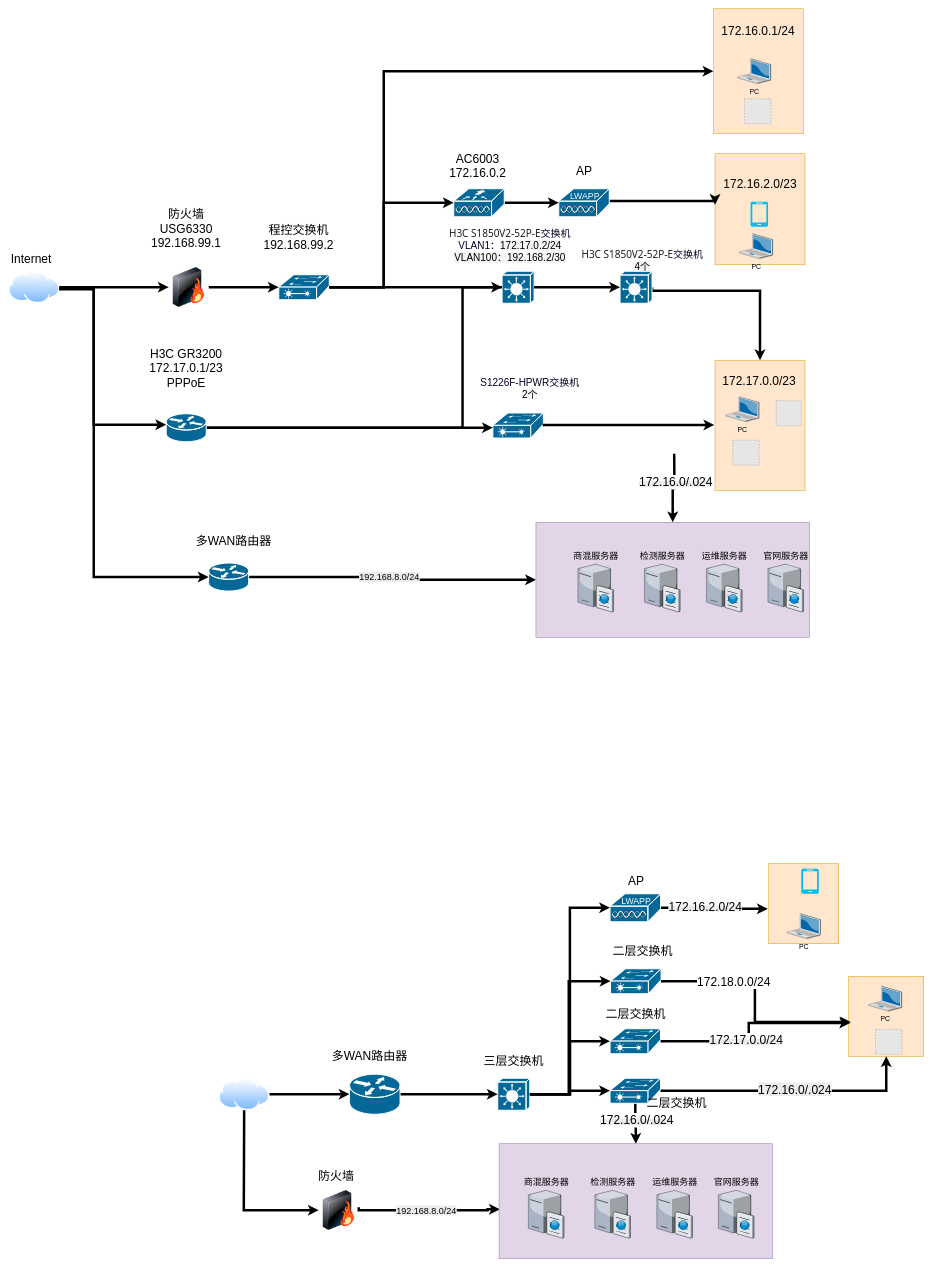
NewStart2019/cardiac-segmentation keeps this draw.io diagram as 未命名绘图.drawio. Above is the earlier version. Source tidied: cells renumbered, new cells numbered last; positions are measured from the earlier drawing's top-left corner, leaving out a move shared by most shapes. Both pictures are drawn from the tidied source at 50%, with x=0, y=0 at pixel (8, 8). Pictures stored in the file or linked from it are replaced by grey dashed boxes.
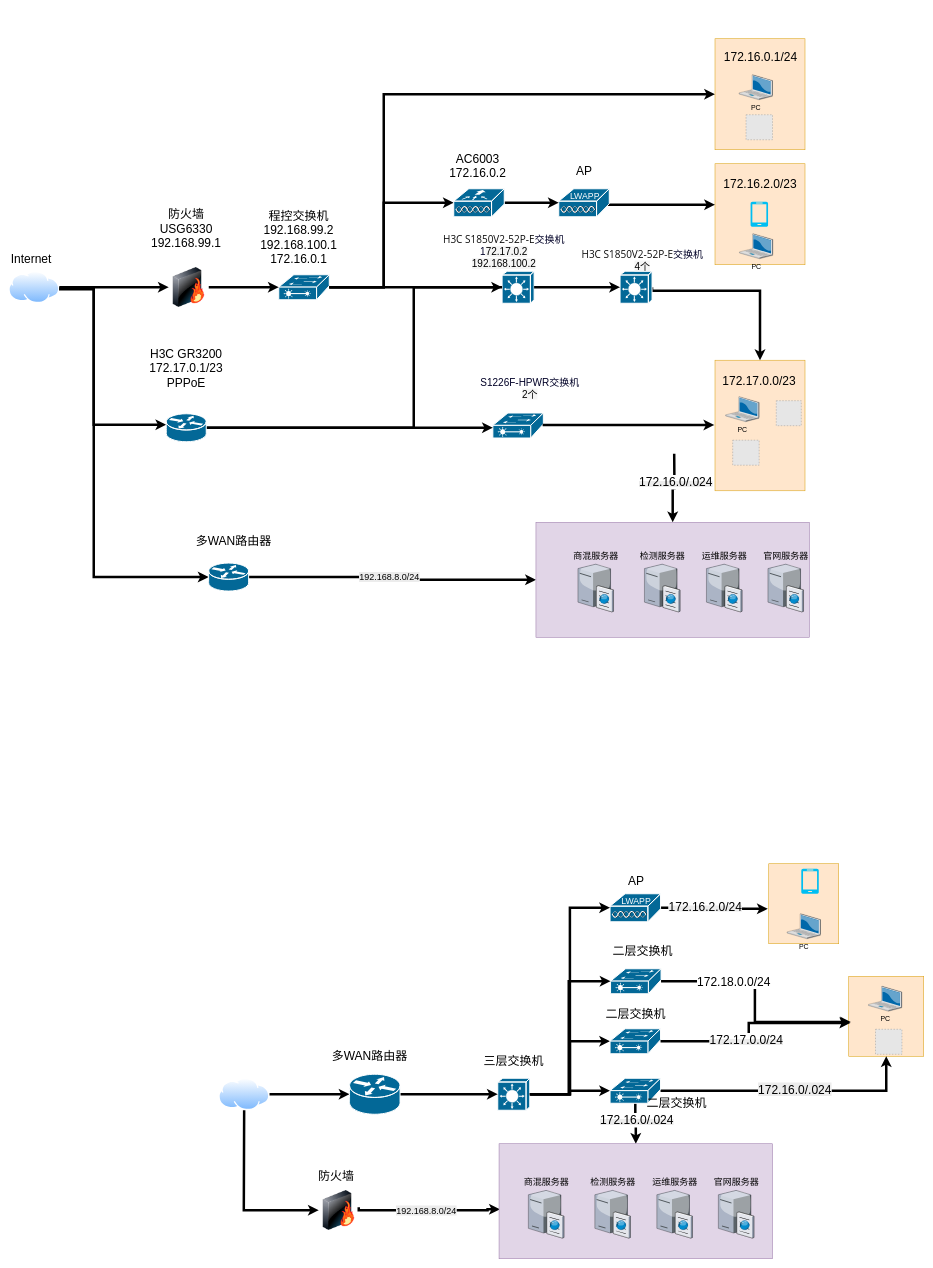
After the change.

Commit message (it also covers changes not shown here):
未命名绘图.drawio

Unchanged cells that the change refers to:
```xml
<mxCell id="10" style="strokeColor=#ffffff;sketch=0;html=1;dashed=0;fillColor=#036897;strokeWidth=2;verticalLabelPosition=bottom;verticalAlign=top;align=center;outlineConnect=0;shape=mxgraph.cisco.switches.layer_3_switch;" parent="1" vertex="1">
  <mxGeometry x="986.7" y="525" width="64" height="64" as="geometry" />
</mxCell>
<mxCell id="81" style="strokeColor=#ffffff;sketch=0;html=1;dashed=0;fillColor=#036897;strokeWidth=2;verticalLabelPosition=bottom;verticalAlign=top;align=center;outlineConnect=0;shape=mxgraph.cisco.routers.router;" parent="1" vertex="1">
  <mxGeometry x="315" y="810" width="80" height="56" as="geometry" />
</mxCell>
<mxCell id="87" style="strokeColor=#ffffff;sketch=0;html=1;dashed=0;fillColor=#036897;strokeWidth=2;verticalLabelPosition=bottom;verticalAlign=top;align=center;outlineConnect=0;shape=mxgraph.cisco.switches.layer_2_remote_switch;" parent="1" vertex="1">
  <mxGeometry x="540" y="532" width="101" height="50" as="geometry" />
</mxCell>
<mxCell id="98" value="&lt;span style=&quot;font-size: 24px;&quot;&gt;172.16.2.0/23&lt;/span&gt;" style="text;html=1;whiteSpace=wrap;strokeColor=none;fillColor=none;align=center;verticalAlign=middle;rounded=0;" parent="1" vertex="1">
  <mxGeometry x="1412.5" y="307" width="180" height="85" as="geometry" />
</mxCell>
```

The edit, as a diff of the source:
```diff
@@
     <mxCell id="14" style="edgeStyle=orthogonalEdgeStyle;rounded=0;jettySize=auto;html=1;entryX=0;entryY=0.5;entryDx=0;entryDy=0;entryPerimeter=0;strokeWidth=5;exitX=1;exitY=0.5;exitDx=0;exitDy=0;exitPerimeter=0;" parent="1" edge="1" source="81" target="10">
       <mxGeometry relative="1" as="geometry">
         <Array as="points">
-          <mxPoint x="907.6" y="838" />
+          <mxPoint x="810" y="838" />
+          <mxPoint x="810" y="557" />
         </Array>
       </mxGeometry>
     </mxCell>
@@
     <mxCell id="17" style="whiteSpace=wrap;html=1;fillColor=#ffe6cc;strokeColor=#d79b00;" parent="1" vertex="1">
-      <mxGeometry x="1412.5" y="290" width="180" height="222" as="geometry" />
+      <mxGeometry x="1412.5" y="310" width="180" height="202" as="geometry" />
     </mxCell>
@@
     <mxCell id="29" style="edgeStyle=orthogonalEdgeStyle;rounded=0;jettySize=auto;html=1;strokeWidth=5;entryX=0;entryY=1;entryDx=0;entryDy=0;" parent="1" edge="1" target="98">
       <mxGeometry relative="1" as="geometry">
         <mxPoint x="1150" y="384.5" as="sourcePoint" />
         <Array as="points">
-          <mxPoint x="1412.6" y="384.6" />
+          <mxPoint x="1150" y="392" />
         </Array>
       </mxGeometry>
     </mxCell>
@@
-    <mxCell id="84" value="&lt;font style=&quot;&quot;&gt;&lt;span&gt;&lt;span style=&quot;color: rgb(13, 13, 13); font-family: &amp;quot;Microsoft YaHei&amp;quot;, &amp;quot;Segoe UI&amp;quot;, system-ui, Roboto, &amp;quot;Noto Sans SC&amp;quot;, &amp;quot;Helvetica Neue&amp;quot;, Arial, sans-serif; text-align: start; white-space: pre-line;&quot;&gt;&lt;font style=&quot;font-size: 20px;&quot;&gt;H3C S1850V2-52P-E&lt;/font&gt;&lt;/span&gt;&lt;span style=&quot;font-size: 20px; font-family: 微软雅黑, HPRegular; text-align: left;&quot;&gt;&lt;font&gt;交换机VLAN1：&lt;/font&gt;&lt;/span&gt;&lt;/span&gt;&lt;span style=&quot;font-size: 20px; color: rgb(0, 0, 0); font-family: &amp;quot;Trebuchet MS&amp;quot;, Arial, Helvetica, Verdana, &amp;quot;sans-serif&amp;quot;; text-align: left; background-color: rgb(245, 245, 245);&quot;&gt;&lt;font style=&quot;&quot;&gt;172.17.0.2/24&lt;br&gt;VLAN100：192.168.2/30&lt;br&gt;&lt;/font&gt;&lt;br&gt;&lt;/span&gt;&lt;/font&gt;&lt;span style=&quot;font-family: 微软雅黑, HPRegular; font-size: 20px; text-align: left;&quot;&gt;&lt;/span&gt;" style="text;html=1;whiteSpace=wrap;strokeColor=none;fillColor=none;align=center;verticalAlign=middle;rounded=0;fontColor=light-dark(#000027, #ffdada);" parent="1" vertex="1">
-      <mxGeometry x="870" y="470" width="265" height="30" as="geometry" />
+    <mxCell id="84" value="&lt;font style=&quot;&quot;&gt;&lt;span&gt;&lt;span style=&quot;color: rgb(13, 13, 13); font-family: &amp;quot;Microsoft YaHei&amp;quot;, &amp;quot;Segoe UI&amp;quot;, system-ui, Roboto, &amp;quot;Noto Sans SC&amp;quot;, &amp;quot;Helvetica Neue&amp;quot;, Arial, sans-serif; text-align: start; white-space: pre-line;&quot;&gt;&lt;font style=&quot;font-size: 20px;&quot;&gt;H3C S1850V2-52P-E&lt;/font&gt;&lt;/span&gt;&lt;span style=&quot;font-size: 20px; font-family: 微软雅黑, HPRegular; text-align: left;&quot;&gt;&lt;font&gt;交换机1&lt;/font&gt;&lt;/span&gt;&lt;/span&gt;&lt;span style=&quot;font-size: 20px; color: rgb(0, 0, 0); font-family: &amp;quot;Trebuchet MS&amp;quot;, Arial, Helvetica, Verdana, &amp;quot;sans-serif&amp;quot;; text-align: left; background-color: rgb(245, 245, 245);&quot;&gt;&lt;font style=&quot;&quot;&gt;72.17.0.2&lt;br&gt;192.168.100.2&lt;/font&gt;&lt;br&gt;&lt;/span&gt;&lt;/font&gt;&lt;span style=&quot;font-family: 微软雅黑, HPRegular; font-size: 20px; text-align: left;&quot;&gt;&lt;/span&gt;" style="text;html=1;whiteSpace=wrap;strokeColor=none;fillColor=none;align=center;verticalAlign=middle;rounded=0;fontColor=light-dark(#000027, #ffdada);" parent="1" vertex="1">
+      <mxGeometry x="843.4" y="460" width="295" height="50" as="geometry" />
     </mxCell>
@@
     <mxCell id="86" style="edgeStyle=orthogonalEdgeStyle;rounded=0;jettySize=auto;html=1;entryX=0;entryY=0.5;entryDx=0;entryDy=0;strokeWidth=5;" parent="1" edge="1" source="87" target="94">
       <mxGeometry relative="1" as="geometry">
         <Array as="points">
           <mxPoint x="750" y="557" />
-          <mxPoint x="750" y="125" />
+          <mxPoint x="750" y="171" />
         </Array>
       </mxGeometry>
     </mxCell>
@@
-    <mxCell id="88" value="&lt;span style=&quot;font-size: 24px;&quot;&gt;程控交换机192.168.99.2&lt;/span&gt;" style="text;html=1;whiteSpace=wrap;strokeColor=none;fillColor=none;align=center;verticalAlign=middle;rounded=0;" parent="1" vertex="1">
+    <mxCell id="88" value="&lt;span style=&quot;font-size: 24px;&quot;&gt;程控交换机192.168.99.2&lt;/span&gt;&lt;div&gt;&lt;span style=&quot;font-size: 24px;&quot;&gt;192.168.100.1&lt;/span&gt;&lt;span style=&quot;font-size: 24px;&quot;&gt;&lt;/span&gt;&lt;/div&gt;&lt;div&gt;&lt;span style=&quot;font-size: 24px;&quot;&gt;172.16.0.1&lt;/span&gt;&lt;/div&gt;" style="text;html=1;whiteSpace=wrap;strokeColor=none;fillColor=none;align=center;verticalAlign=middle;rounded=0;" parent="1" vertex="1">
       <mxGeometry x="489.8" y="402" width="180" height="110" as="geometry" />
     </mxCell>
@@
     <mxCell id="94" style="whiteSpace=wrap;html=1;fillColor=#ffe6cc;strokeColor=#d79b00;" parent="1" vertex="1">
-      <mxGeometry x="1409.4" width="180" height="250" as="geometry" />
+      <mxGeometry x="1412.5" y="60" width="180" height="222" as="geometry" />
     </mxCell>
     <mxCell id="95" value="PC" style="verticalLabelPosition=bottom;html=1;verticalAlign=top;strokeColor=none;shape=mxgraph.citrix.laptop_2;fillColor=#66B2FF;gradientColor=#0066CC;fontSize=14;" parent="1" vertex="1">
-      <mxGeometry x="1457.5" y="100" width="67" height="50" as="geometry" />
+      <mxGeometry x="1460.5" y="132" width="67" height="50" as="geometry" />
     </mxCell>
     <mxCell id="96" style="fillColor=#E6E6E6;strokeColor=#999999;dashed=1;html=1;verticalAlign=top;verticalLabelPosition=bottom;labelBackgroundColor=#ffffff;" parent="1" vertex="1">
-      <mxGeometry x="1471.6" y="180" width="52.9" height="50" as="geometry" />
+      <mxGeometry x="1474.6" y="212" width="52.9" height="50" as="geometry" />
     </mxCell>
     <mxCell id="97" value="&lt;span style=&quot;font-size: 24px;&quot;&gt;172.16.0.1/24&lt;/span&gt;" style="text;html=1;whiteSpace=wrap;strokeColor=none;fillColor=none;align=center;verticalAlign=middle;rounded=0;" parent="1" vertex="1">
-      <mxGeometry x="1425.2" y="10" width="148.4" height="70" as="geometry" />
+      <mxGeometry x="1430" y="62" width="148.4" height="70" as="geometry" />
     </mxCell>
```
